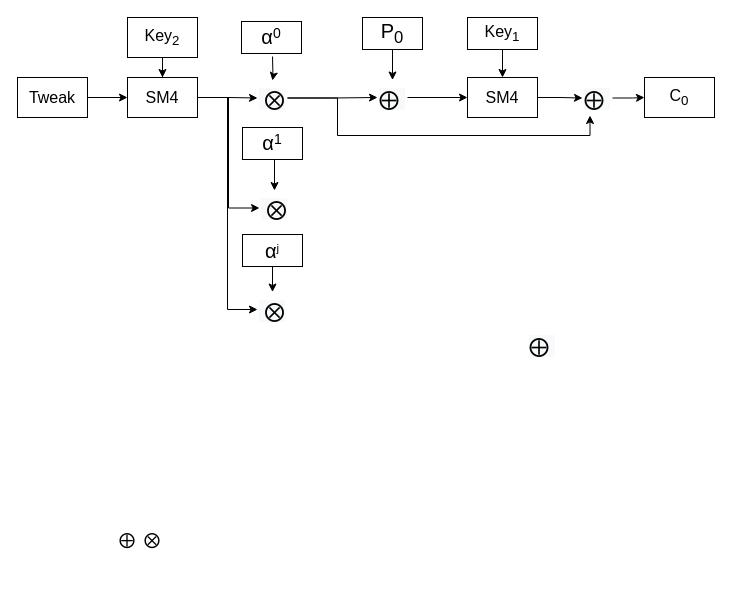
Above: serica/sm4-xts-improve.drawio in easycody/draw.io (draw.io), before the change. Source tidied: cells renumbered, new cells numbered last; positions are measured from the earlier drawing's top-left corner, leaving out a move shared by most shapes. Both pictures are drawn from the tidied source at 100%, with x=0, y=0 at pixel (17, 17).
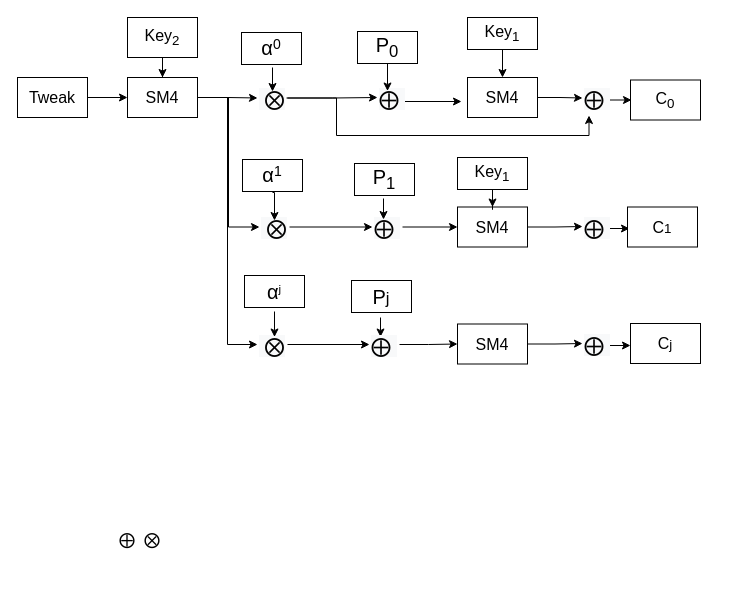
After the change.

Unchanged cells that the change refers to:
```xml
<mxCell id="14" value="&lt;span style=&quot;color: rgb(0, 0, 0); font-family: 微软雅黑; font-style: normal; font-variant-ligatures: normal; font-variant-caps: normal; font-weight: 400; letter-spacing: normal; orphans: 2; text-align: left; text-indent: 0px; text-transform: none; widows: 2; word-spacing: 0px; -webkit-text-stroke-width: 0px; background-color: rgb(248, 249, 250); text-decoration-thickness: initial; text-decoration-style: initial; text-decoration-color: initial; float: none; display: inline !important;&quot;&gt;&lt;font style=&quot;font-size: 20px;&quot;&gt;&amp;nbsp;⨂&lt;/font&gt;&lt;/span&gt;" style="text;whiteSpace=wrap;html=1;fontSize=20;" parent="1" vertex="1">
  <mxGeometry x="240" y="63" width="30" height="35" as="geometry" />
</mxCell>
<mxCell id="25" value="&lt;span style=&quot;color: rgb(0, 0, 0); font-family: Helvetica; font-size: 20px; font-style: normal; font-variant-ligatures: normal; font-variant-caps: normal; font-weight: 400; letter-spacing: normal; orphans: 2; text-align: left; text-indent: 0px; text-transform: none; widows: 2; word-spacing: 0px; -webkit-text-stroke-width: 0px; background-color: rgb(248, 249, 250); text-decoration-thickness: initial; text-decoration-style: initial; text-decoration-color: initial;&quot;&gt;&lt;font face=&quot;微软雅黑&quot; style=&quot;font-size: 20px;&quot;&gt;⨁&lt;/font&gt;&lt;/span&gt;&lt;span style=&quot;color: rgb(0, 0, 0); font-family: Helvetica; font-size: 20px; font-style: normal; font-variant-ligatures: normal; font-variant-caps: normal; font-weight: 400; letter-spacing: normal; orphans: 2; text-align: left; text-indent: 0px; text-transform: none; widows: 2; word-spacing: 0px; -webkit-text-stroke-width: 0px; background-color: rgb(248, 249, 250); text-decoration-thickness: initial; text-decoration-style: initial; text-decoration-color: initial;&quot;&gt;&amp;nbsp;&lt;/span&gt;" style="text;whiteSpace=wrap;html=1;fontSize=20;" parent="1" vertex="1">
  <mxGeometry x="360" y="62.5" width="30" height="35" as="geometry" />
</mxCell>
<mxCell id="27" value="SM4" style="rounded=0;whiteSpace=wrap;html=1;fontSize=16;" parent="1" vertex="1">
  <mxGeometry x="450" y="60" width="70" height="40" as="geometry" />
</mxCell>
<mxCell id="29" value="&lt;span style=&quot;color: rgb(0, 0, 0); font-family: Helvetica; font-size: 20px; font-style: normal; font-variant-ligatures: normal; font-variant-caps: normal; font-weight: 400; letter-spacing: normal; orphans: 2; text-align: left; text-indent: 0px; text-transform: none; widows: 2; word-spacing: 0px; -webkit-text-stroke-width: 0px; background-color: rgb(248, 249, 250); text-decoration-thickness: initial; text-decoration-style: initial; text-decoration-color: initial;&quot;&gt;&lt;font face=&quot;微软雅黑&quot; style=&quot;font-size: 20px;&quot;&gt;⨁&lt;/font&gt;&lt;/span&gt;&lt;span style=&quot;color: rgb(0, 0, 0); font-family: Helvetica; font-size: 20px; font-style: normal; font-variant-ligatures: normal; font-variant-caps: normal; font-weight: 400; letter-spacing: normal; orphans: 2; text-align: left; text-indent: 0px; text-transform: none; widows: 2; word-spacing: 0px; -webkit-text-stroke-width: 0px; background-color: rgb(248, 249, 250); text-decoration-thickness: initial; text-decoration-style: initial; text-decoration-color: initial;&quot;&gt;&amp;nbsp;&lt;/span&gt;" style="text;whiteSpace=wrap;html=1;fontSize=20;" parent="1" vertex="1">
  <mxGeometry x="565" y="63" width="30" height="35" as="geometry" />
</mxCell>
```

What changed in the source:
```diff
@@
+    <mxCell id="35" style="edgeStyle=orthogonalEdgeStyle;rounded=0;orthogonalLoop=1;jettySize=auto;html=1;fontSize=14;" parent="1" edge="1">
+      <mxGeometry relative="1" as="geometry">
+        <mxPoint x="585" y="328" as="sourcePoint" />
+        <mxPoint x="613" y="327.5" as="targetPoint" />
+      </mxGeometry>
+    </mxCell>
     <mxCell id="11" value="&lt;span style=&quot;color: rgb(0, 0, 0); font-family: Helvetica; font-size: 20px; font-style: normal; font-variant-ligatures: normal; font-variant-caps: normal; font-weight: 400; letter-spacing: normal; orphans: 2; text-align: left; text-indent: 0px; text-transform: none; widows: 2; word-spacing: 0px; -webkit-text-stroke-width: 0px; background-color: rgb(248, 249, 250); text-decoration-thickness: initial; text-decoration-style: initial; text-decoration-color: initial;&quot;&gt;&lt;font face=&quot;微软雅黑&quot; style=&quot;font-size: 20px;&quot;&gt;⨁&lt;/font&gt;&lt;/span&gt;&lt;span style=&quot;color: rgb(0, 0, 0); font-family: Helvetica; font-size: 20px; font-style: normal; font-variant-ligatures: normal; font-variant-caps: normal; font-weight: 400; letter-spacing: normal; orphans: 2; text-align: left; text-indent: 0px; text-transform: none; widows: 2; word-spacing: 0px; -webkit-text-stroke-width: 0px; background-color: rgb(248, 249, 250); text-decoration-thickness: initial; text-decoration-style: initial; text-decoration-color: initial;&quot;&gt;&amp;nbsp;&lt;/span&gt;" style="text;whiteSpace=wrap;html=1;fontSize=20;" parent="1" vertex="1">
-      <mxGeometry x="510" y="310" width="30" height="35" as="geometry" />
+      <mxGeometry x="565" y="308.5" width="30" height="35" as="geometry" />
     </mxCell>
@@
-    <mxCell id="13" style="edgeStyle=orthogonalEdgeStyle;rounded=0;jettySize=auto;html=1;exitX=1;exitY=0.5;exitDx=0;exitDy=0;entryX=0.25;entryY=1;entryDx=0;entryDy=0;fontSize=14;" parent="1" edge="1" source="14" target="29">
+    <mxCell id="13" style="edgeStyle=orthogonalEdgeStyle;rounded=0;orthogonalLoop=1;jettySize=auto;html=1;exitX=1;exitY=0.5;exitDx=0;exitDy=0;entryX=0.25;entryY=1;entryDx=0;entryDy=0;fontSize=14;" parent="1" edge="1">
       <mxGeometry relative="1" as="geometry">
+        <mxPoint x="269" y="80.5" as="sourcePoint" />
+        <mxPoint x="571.5" y="98" as="targetPoint" />
         <Array as="points">
-          <mxPoint x="320" y="81" />
-          <mxPoint x="320" y="118" />
-          <mxPoint x="573" y="118" />
-          <mxPoint x="573" y="98" />
+          <mxPoint x="319" y="81" />
+          <mxPoint x="319" y="118" />
+          <mxPoint x="572" y="118" />
+          <mxPoint x="572" y="98" />
         </Array>
       </mxGeometry>
     </mxCell>
@@
-    <mxCell id="16" style="edgeStyle=orthogonalEdgeStyle;rounded=0;jettySize=auto;html=1;fontSize=14;" parent="1" edge="1" target="14">
+    <mxCell id="16" style="edgeStyle=orthogonalEdgeStyle;rounded=0;orthogonalLoop=1;jettySize=auto;html=1;fontSize=14;" parent="1" edge="1">
       <mxGeometry relative="1" as="geometry">
-        <mxPoint x="255" y="39" as="sourcePoint" />
+        <mxPoint x="255" y="50" as="sourcePoint" />
+        <mxPoint x="255" y="74" as="targetPoint" />
       </mxGeometry>
     </mxCell>
+    <mxCell id="36" style="edgeStyle=orthogonalEdgeStyle;rounded=0;jettySize=auto;html=1;fontSize=14;" parent="1" edge="1" source="17" target="39">
+      <mxGeometry relative="1" as="geometry" />
+    </mxCell>
     <mxCell id="17" value="&lt;span style=&quot;color: rgb(0, 0, 0); font-family: 微软雅黑; font-style: normal; font-variant-ligatures: normal; font-variant-caps: normal; font-weight: 400; letter-spacing: normal; orphans: 2; text-align: left; text-indent: 0px; text-transform: none; widows: 2; word-spacing: 0px; -webkit-text-stroke-width: 0px; background-color: rgb(248, 249, 250); text-decoration-thickness: initial; text-decoration-style: initial; text-decoration-color: initial; float: none; display: inline !important;&quot;&gt;&lt;font style=&quot;font-size: 20px;&quot;&gt;&amp;nbsp;⨂&lt;/font&gt;&lt;/span&gt;" style="text;whiteSpace=wrap;html=1;fontSize=20;" parent="1" vertex="1">
-      <mxGeometry x="242" y="173" width="30" height="35" as="geometry" />
+      <mxGeometry x="242" y="192" width="30" height="35" as="geometry" />
     </mxCell>
+    <mxCell id="37" style="edgeStyle=orthogonalEdgeStyle;rounded=0;jettySize=auto;html=1;fontSize=14;" parent="1" edge="1" source="18" target="52">
+      <mxGeometry relative="1" as="geometry" />
+    </mxCell>
     <mxCell id="18" value="&lt;span style=&quot;color: rgb(0, 0, 0); font-family: 微软雅黑; font-style: normal; font-variant-ligatures: normal; font-variant-caps: normal; font-weight: 400; letter-spacing: normal; orphans: 2; text-align: left; text-indent: 0px; text-transform: none; widows: 2; word-spacing: 0px; -webkit-text-stroke-width: 0px; background-color: rgb(248, 249, 250); text-decoration-thickness: initial; text-decoration-style: initial; text-decoration-color: initial; float: none; display: inline !important;&quot;&gt;&lt;font style=&quot;font-size: 20px;&quot;&gt;&amp;nbsp;⨂&lt;/font&gt;&lt;/span&gt;" style="text;whiteSpace=wrap;html=1;fontSize=20;" parent="1" vertex="1">
-      <mxGeometry x="240" y="274.5" width="30" height="35" as="geometry" />
+      <mxGeometry x="240" y="309.5" width="30" height="35" as="geometry" />
     </mxCell>
     <mxCell id="19" value="&lt;span style=&quot;font-family: Arial; font-size: 20px; text-align: left;&quot;&gt;α&lt;/span&gt;&lt;span style=&quot;font-family: Arial; text-align: left;&quot;&gt;&lt;sup style=&quot;&quot;&gt;&lt;font style=&quot;font-size: 14px;&quot;&gt;0&lt;/font&gt;&lt;/sup&gt;&lt;/span&gt;" style="rounded=0;whiteSpace=wrap;html=1;fontSize=16;" parent="1" vertex="1">
-      <mxGeometry x="224" y="4" width="60" height="32" as="geometry" />
+      <mxGeometry x="224" y="15" width="60" height="32" as="geometry" />
     </mxCell>
-    <mxCell id="20" style="edgeStyle=orthogonalEdgeStyle;rounded=0;jettySize=auto;html=1;exitX=0.5;exitY=1;exitDx=0;exitDy=0;entryX=0.5;entryY=0;entryDx=0;entryDy=0;fontSize=14;" parent="1" edge="1" source="21" target="17">
-      <mxGeometry relative="1" as="geometry" />
+    <mxCell id="20" style="edgeStyle=orthogonalEdgeStyle;rounded=0;orthogonalLoop=1;jettySize=auto;html=1;exitX=0.5;exitY=1;exitDx=0;exitDy=0;entryX=0.5;entryY=0;entryDx=0;entryDy=0;fontSize=14;" parent="1" edge="1">
+      <mxGeometry relative="1" as="geometry">
+        <mxPoint x="255" y="175" as="sourcePoint" />
+        <mxPoint x="257" y="203" as="targetPoint" />
+      </mxGeometry>
     </mxCell>
     <mxCell id="21" value="&lt;span style=&quot;font-family: Arial; font-size: 20px; text-align: left;&quot;&gt;α&lt;/span&gt;&lt;span style=&quot;font-family: Arial; text-align: left;&quot;&gt;&lt;sup style=&quot;&quot;&gt;&lt;font style=&quot;font-size: 14px;&quot;&gt;1&lt;/font&gt;&lt;/sup&gt;&lt;/span&gt;" style="rounded=0;whiteSpace=wrap;html=1;fontSize=16;" parent="1" vertex="1">
-      <mxGeometry x="225" y="110" width="60" height="32" as="geometry" />
+      <mxGeometry x="225" y="142" width="60" height="32" as="geometry" />
     </mxCell>
-    <mxCell id="22" style="edgeStyle=orthogonalEdgeStyle;rounded=0;jettySize=auto;html=1;fontSize=14;" parent="1" edge="1" source="23" target="18">
-      <mxGeometry relative="1" as="geometry" />
+    <mxCell id="22" style="edgeStyle=orthogonalEdgeStyle;rounded=0;orthogonalLoop=1;jettySize=auto;html=1;fontSize=14;" parent="1" edge="1">
+      <mxGeometry relative="1" as="geometry">
+        <mxPoint x="257" y="294" as="sourcePoint" />
+        <mxPoint x="257" y="319.5" as="targetPoint" />
+      </mxGeometry>
     </mxCell>
     <mxCell id="23" value="&lt;span style=&quot;font-family: Arial; font-size: 20px; text-align: left;&quot;&gt;α&lt;/span&gt;&lt;span style=&quot;font-family: Arial; text-align: left; font-size: 14px;&quot;&gt;&lt;sup&gt;j&lt;/sup&gt;&lt;/span&gt;" style="rounded=0;whiteSpace=wrap;html=1;fontSize=16;" parent="1" vertex="1">
-      <mxGeometry x="225" y="217" width="60" height="32" as="geometry" />
+      <mxGeometry x="227" y="258" width="60" height="32" as="geometry" />
     </mxCell>
-    <mxCell id="24" style="edgeStyle=orthogonalEdgeStyle;rounded=0;jettySize=auto;html=1;fontSize=14;" parent="1" edge="1" source="25" target="27">
-      <mxGeometry relative="1" as="geometry" />
+    <mxCell id="24" style="edgeStyle=orthogonalEdgeStyle;rounded=0;orthogonalLoop=1;jettySize=auto;html=1;fontSize=14;" parent="1" edge="1">
+      <mxGeometry relative="1" as="geometry">
+        <mxPoint x="384" y="84" as="sourcePoint" />
+        <mxPoint x="444" y="84" as="targetPoint" />
+      </mxGeometry>
     </mxCell>
@@
-    <mxCell id="28" style="edgeStyle=orthogonalEdgeStyle;rounded=0;jettySize=auto;html=1;fontSize=14;" parent="1" edge="1" source="29" target="30">
-      <mxGeometry relative="1" as="geometry" />
+    <mxCell id="28" style="edgeStyle=orthogonalEdgeStyle;rounded=0;orthogonalLoop=1;jettySize=auto;html=1;fontSize=14;" parent="1" edge="1">
+      <mxGeometry relative="1" as="geometry">
+        <mxPoint x="585" y="82.5" as="sourcePoint" />
+        <mxPoint x="614" y="82" as="targetPoint" />
+      </mxGeometry>
     </mxCell>
@@
     <mxCell id="30" value="C&lt;sub&gt;0&lt;/sub&gt;" style="rounded=0;whiteSpace=wrap;html=1;fontSize=16;" parent="1" vertex="1">
-      <mxGeometry x="627" y="60" width="70" height="40" as="geometry" />
+      <mxGeometry x="613" y="62.5" width="70" height="40" as="geometry" />
     </mxCell>
-    <mxCell id="31" style="edgeStyle=orthogonalEdgeStyle;rounded=0;jettySize=auto;html=1;fontSize=14;" parent="1" edge="1" source="32" target="25">
-      <mxGeometry relative="1" as="geometry" />
+    <mxCell id="31" style="edgeStyle=orthogonalEdgeStyle;rounded=0;orthogonalLoop=1;jettySize=auto;html=1;fontSize=14;" parent="1" edge="1">
+      <mxGeometry relative="1" as="geometry">
+        <mxPoint x="370" y="43" as="sourcePoint" />
+        <mxPoint x="370" y="73.5" as="targetPoint" />
+      </mxGeometry>
     </mxCell>
     <mxCell id="32" value="&lt;div style=&quot;text-align: left;&quot;&gt;&lt;span style=&quot;background-color: initial; font-size: 20px;&quot;&gt;&lt;font face=&quot;Arial&quot;&gt;P&lt;sub&gt;0&lt;/sub&gt;&lt;/font&gt;&lt;/span&gt;&lt;/div&gt;" style="rounded=0;whiteSpace=wrap;html=1;fontSize=16;" parent="1" vertex="1">
-      <mxGeometry x="345" width="60" height="32" as="geometry" />
+      <mxGeometry x="340" y="14" width="60" height="32" as="geometry" />
     </mxCell>
@@
+    <mxCell id="38" style="edgeStyle=orthogonalEdgeStyle;rounded=0;jettySize=auto;html=1;fontSize=14;" parent="1" edge="1" source="39" target="43">
+      <mxGeometry relative="1" as="geometry" />
+    </mxCell>
+    <mxCell id="39" value="&lt;span style=&quot;color: rgb(0, 0, 0); font-family: Helvetica; font-size: 20px; font-style: normal; font-variant-ligatures: normal; font-variant-caps: normal; font-weight: 400; letter-spacing: normal; orphans: 2; text-align: left; text-indent: 0px; text-transform: none; widows: 2; word-spacing: 0px; -webkit-text-stroke-width: 0px; background-color: rgb(248, 249, 250); text-decoration-thickness: initial; text-decoration-style: initial; text-decoration-color: initial;&quot;&gt;&lt;font face=&quot;微软雅黑&quot; style=&quot;font-size: 20px;&quot;&gt;⨁&lt;/font&gt;&lt;/span&gt;&lt;span style=&quot;color: rgb(0, 0, 0); font-family: Helvetica; font-size: 20px; font-style: normal; font-variant-ligatures: normal; font-variant-caps: normal; font-weight: 400; letter-spacing: normal; orphans: 2; text-align: left; text-indent: 0px; text-transform: none; widows: 2; word-spacing: 0px; -webkit-text-stroke-width: 0px; background-color: rgb(248, 249, 250); text-decoration-thickness: initial; text-decoration-style: initial; text-decoration-color: initial;&quot;&gt;&amp;nbsp;&lt;/span&gt;" style="text;whiteSpace=wrap;html=1;fontSize=20;" parent="1" vertex="1">
+      <mxGeometry x="355" y="192" width="30" height="35" as="geometry" />
+    </mxCell>
+    <mxCell id="40" style="edgeStyle=orthogonalEdgeStyle;rounded=0;orthogonalLoop=1;jettySize=auto;html=1;fontSize=14;" parent="1" edge="1">
+      <mxGeometry relative="1" as="geometry">
+        <mxPoint x="366" y="181" as="sourcePoint" />
+        <mxPoint x="366" y="202" as="targetPoint" />
+      </mxGeometry>
+    </mxCell>
+    <mxCell id="41" value="&lt;div style=&quot;text-align: left;&quot;&gt;&lt;span style=&quot;background-color: initial; font-size: 20px;&quot;&gt;&lt;font face=&quot;Arial&quot;&gt;P&lt;sub&gt;1&lt;/sub&gt;&lt;/font&gt;&lt;/span&gt;&lt;/div&gt;" style="rounded=0;whiteSpace=wrap;html=1;fontSize=16;" parent="1" vertex="1">
+      <mxGeometry x="337" y="146" width="60" height="32" as="geometry" />
+    </mxCell>
+    <mxCell id="42" style="edgeStyle=orthogonalEdgeStyle;rounded=0;jettySize=auto;html=1;fontSize=14;" parent="1" edge="1" source="43" target="47">
+      <mxGeometry relative="1" as="geometry" />
+    </mxCell>
+    <mxCell id="43" value="SM4" style="rounded=0;whiteSpace=wrap;html=1;fontSize=16;" parent="1" vertex="1">
+      <mxGeometry x="440" y="189.5" width="70" height="40" as="geometry" />
+    </mxCell>
+    <mxCell id="44" style="edgeStyle=orthogonalEdgeStyle;rounded=0;jettySize=auto;html=1;fontSize=14;" parent="1" edge="1" source="45" target="43">
+      <mxGeometry relative="1" as="geometry" />
+    </mxCell>
+    <mxCell id="45" value="Key&lt;sub&gt;1&lt;/sub&gt;" style="rounded=0;whiteSpace=wrap;html=1;fontSize=16;" parent="1" vertex="1">
+      <mxGeometry x="440" y="140" width="70" height="32" as="geometry" />
+    </mxCell>
+    <mxCell id="46" style="edgeStyle=orthogonalEdgeStyle;rounded=0;orthogonalLoop=1;jettySize=auto;html=1;fontSize=14;" parent="1" edge="1">
+      <mxGeometry relative="1" as="geometry">
+        <mxPoint x="587" y="211" as="sourcePoint" />
+        <mxPoint x="612" y="211" as="targetPoint" />
+      </mxGeometry>
+    </mxCell>
+    <mxCell id="47" value="&lt;span style=&quot;color: rgb(0, 0, 0); font-family: Helvetica; font-size: 20px; font-style: normal; font-variant-ligatures: normal; font-variant-caps: normal; font-weight: 400; letter-spacing: normal; orphans: 2; text-align: left; text-indent: 0px; text-transform: none; widows: 2; word-spacing: 0px; -webkit-text-stroke-width: 0px; background-color: rgb(248, 249, 250); text-decoration-thickness: initial; text-decoration-style: initial; text-decoration-color: initial;&quot;&gt;&lt;font face=&quot;微软雅黑&quot; style=&quot;font-size: 20px;&quot;&gt;⨁&lt;/font&gt;&lt;/span&gt;&lt;span style=&quot;color: rgb(0, 0, 0); font-family: Helvetica; font-size: 20px; font-style: normal; font-variant-ligatures: normal; font-variant-caps: normal; font-weight: 400; letter-spacing: normal; orphans: 2; text-align: left; text-indent: 0px; text-transform: none; widows: 2; word-spacing: 0px; -webkit-text-stroke-width: 0px; background-color: rgb(248, 249, 250); text-decoration-thickness: initial; text-decoration-style: initial; text-decoration-color: initial;&quot;&gt;&amp;nbsp;&lt;/span&gt;" style="text;whiteSpace=wrap;html=1;fontSize=20;" parent="1" vertex="1">
+      <mxGeometry x="565" y="191.5" width="30" height="35" as="geometry" />
+    </mxCell>
+    <mxCell id="48" value="C&lt;span style=&quot;font-size: 13.3333px;&quot;&gt;1&lt;/span&gt;" style="rounded=0;whiteSpace=wrap;html=1;fontSize=16;" parent="1" vertex="1">
+      <mxGeometry x="610" y="189.5" width="70" height="40" as="geometry" />
+    </mxCell>
+    <mxCell id="49" style="edgeStyle=orthogonalEdgeStyle;rounded=0;orthogonalLoop=1;jettySize=auto;html=1;fontSize=14;" parent="1" edge="1">
+      <mxGeometry relative="1" as="geometry">
+        <mxPoint x="363" y="300" as="sourcePoint" />
+        <mxPoint x="363" y="319.5" as="targetPoint" />
+      </mxGeometry>
+    </mxCell>
+    <mxCell id="50" value="&lt;div style=&quot;text-align: left;&quot;&gt;&lt;span style=&quot;background-color: initial;&quot;&gt;&lt;font style=&quot;&quot; face=&quot;Arial&quot;&gt;&lt;span style=&quot;font-size: 20px;&quot;&gt;P&lt;/span&gt;&lt;span style=&quot;font-size: 16.6667px;&quot;&gt;j&lt;/span&gt;&lt;/font&gt;&lt;/span&gt;&lt;/div&gt;" style="rounded=0;whiteSpace=wrap;html=1;fontSize=16;" parent="1" vertex="1">
+      <mxGeometry x="334" y="263" width="60" height="32" as="geometry" />
+    </mxCell>
+    <mxCell id="51" style="edgeStyle=orthogonalEdgeStyle;rounded=0;jettySize=auto;html=1;fontSize=14;" parent="1" edge="1" source="52" target="54">
+      <mxGeometry relative="1" as="geometry" />
+    </mxCell>
+    <mxCell id="52" value="&lt;span style=&quot;color: rgb(0, 0, 0); font-family: Helvetica; font-size: 20px; font-style: normal; font-variant-ligatures: normal; font-variant-caps: normal; font-weight: 400; letter-spacing: normal; orphans: 2; text-align: left; text-indent: 0px; text-transform: none; widows: 2; word-spacing: 0px; -webkit-text-stroke-width: 0px; background-color: rgb(248, 249, 250); text-decoration-thickness: initial; text-decoration-style: initial; text-decoration-color: initial;&quot;&gt;&lt;font face=&quot;微软雅黑&quot; style=&quot;font-size: 20px;&quot;&gt;⨁&lt;/font&gt;&lt;/span&gt;&lt;span style=&quot;color: rgb(0, 0, 0); font-family: Helvetica; font-size: 20px; font-style: normal; font-variant-ligatures: normal; font-variant-caps: normal; font-weight: 400; letter-spacing: normal; orphans: 2; text-align: left; text-indent: 0px; text-transform: none; widows: 2; word-spacing: 0px; -webkit-text-stroke-width: 0px; background-color: rgb(248, 249, 250); text-decoration-thickness: initial; text-decoration-style: initial; text-decoration-color: initial;&quot;&gt;&amp;nbsp;&lt;/span&gt;" style="text;whiteSpace=wrap;html=1;fontSize=20;" parent="1" vertex="1">
+      <mxGeometry x="352" y="309.5" width="30" height="35" as="geometry" />
+    </mxCell>
+    <mxCell id="53" style="edgeStyle=orthogonalEdgeStyle;rounded=0;jettySize=auto;html=1;fontSize=14;" parent="1" edge="1" source="54" target="11">
+      <mxGeometry relative="1" as="geometry" />
+    </mxCell>
+    <mxCell id="54" value="SM4" style="rounded=0;whiteSpace=wrap;html=1;fontSize=16;" parent="1" vertex="1">
+      <mxGeometry x="440" y="306.5" width="70" height="40" as="geometry" />
+    </mxCell>
+    <mxCell id="55" value="C&lt;span style=&quot;font-size: 13.3333px;&quot;&gt;j&lt;/span&gt;" style="rounded=0;whiteSpace=wrap;html=1;fontSize=16;" parent="1" vertex="1">
+      <mxGeometry x="613" y="306" width="70" height="40" as="geometry" />
+    </mxCell>
```
